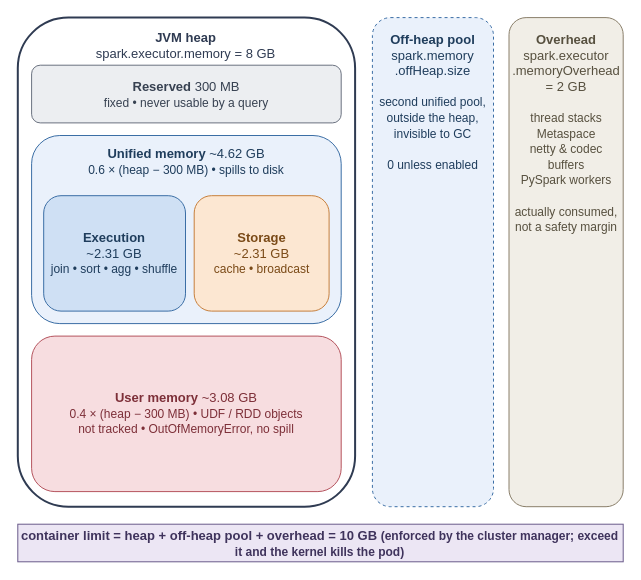
The draw.io diagram book/figures/executor-memory-model.drawio in AlanPhan04/spark-101-to-pro, before the edit. Source tidied: cells renumbered, new cells numbered last; positions are measured from the earlier drawing's top-left corner, leaving out a move shared by most shapes. Both pictures are drawn from the tidied source at 100%, with x=0, y=0 at pixel (17, 17).
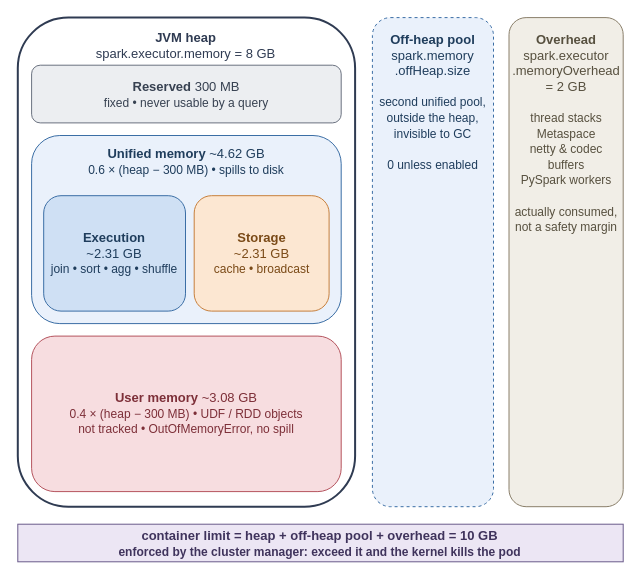
Above is the later version.

The edit, as a diff of the source:
```diff
@@
 <mxGraphModel>
   <root>
     <mxCell id="0" />
     <mxCell id="1" parent="0" />
     <mxCell id="2" value="&lt;b&gt;JVM heap&lt;/b&gt;&lt;br&gt;spark.executor.memory = 8 GB" style="rounded=1;whiteSpace=wrap;html=1;fillColor=#ffffff;strokeColor=#2f3b52;strokeWidth=2;verticalAlign=top;fontSize=13;spacingTop=6;fontColor=#2f3b52;" parent="1" vertex="1">
       <mxGeometry x="0.3" y="0.1" width="337.3" height="489.1" as="geometry" />
     </mxCell>
     <mxCell id="3" value="&lt;b&gt;Reserved&lt;/b&gt;  300 MB&lt;br&gt;&lt;span style=&quot;font-size:12px&quot;&gt;fixed &amp;#8226; never usable by a query&lt;/span&gt;" style="rounded=1;whiteSpace=wrap;html=1;fillColor=#eceef1;strokeColor=#6b7280;fontSize=13;fontColor=#374151;" parent="1" vertex="1">
       <mxGeometry x="14.1" y="47.7" width="309.6" height="57.7" as="geometry" />
     </mxCell>
     <mxCell id="4" value="&lt;b&gt;Unified memory&lt;/b&gt;  ~4.62 GB&lt;br&gt;&lt;span style=&quot;font-size:12px&quot;&gt;0.6 &amp;#215; (heap &amp;#8722; 300 MB) &amp;#8226; spills to disk&lt;/span&gt;" style="rounded=1;whiteSpace=wrap;html=1;fillColor=#eaf1fb;strokeColor=#3b6ea5;fontSize=13;verticalAlign=top;spacingTop=4;fontColor=#1f3d5c;" parent="1" vertex="1">
       <mxGeometry x="14.1" y="118" width="309.6" height="188.1" as="geometry" />
     </mxCell>
     <mxCell id="5" value="&lt;b&gt;Execution&lt;/b&gt;&lt;br&gt;~2.31 GB&lt;br&gt;&lt;span style=&quot;font-size:12px&quot;&gt;join &amp;#8226; sort &amp;#8226; agg &amp;#8226; shuffle&lt;/span&gt;" style="rounded=1;whiteSpace=wrap;html=1;fillColor=#cfe0f4;strokeColor=#3b6ea5;fontSize=13;fontColor=#1f3d5c;" parent="1" vertex="1">
       <mxGeometry x="26.2" y="178.2" width="141.8" height="115.4" as="geometry" />
     </mxCell>
     <mxCell id="6" value="&lt;b&gt;Storage&lt;/b&gt;&lt;br&gt;~2.31 GB&lt;br&gt;&lt;span style=&quot;font-size:12px&quot;&gt;cache &amp;#8226; broadcast&lt;/span&gt;" style="rounded=1;whiteSpace=wrap;html=1;fillColor=#fce7d2;strokeColor=#c77f3b;fontSize=13;fontColor=#7a4a17;" parent="1" vertex="1">
       <mxGeometry x="176.7" y="178.2" width="134.9" height="115.4" as="geometry" />
     </mxCell>
     <mxCell id="7" value="&lt;b&gt;User memory&lt;/b&gt;  ~3.08 GB&lt;br&gt;&lt;span style=&quot;font-size:12px&quot;&gt;0.4 &amp;#215; (heap &amp;#8722; 300 MB) &amp;#8226; UDF / RDD objects&lt;br&gt;not tracked &amp;#8226; OutOfMemoryError, no spill&lt;/span&gt;" style="rounded=1;whiteSpace=wrap;html=1;fillColor=#f7dde0;strokeColor=#b5545e;fontSize=13;fontColor=#7d2f38;" parent="1" vertex="1">
       <mxGeometry x="14.1" y="318.6" width="309.6" height="155.5" as="geometry" />
     </mxCell>
     <mxCell id="8" value="&lt;b&gt;Off-heap pool&lt;/b&gt;&lt;br&gt;spark.memory&lt;br&gt;.offHeap.size&lt;br&gt;&lt;br&gt;&lt;span style=&quot;font-size:12px&quot;&gt;second unified pool,&lt;br&gt;outside the heap,&lt;br&gt;invisible to GC&lt;br&gt;&lt;br&gt;0 unless enabled&lt;/span&gt;" style="rounded=1;whiteSpace=wrap;html=1;fillColor=#eaf1fb;strokeColor=#3b6ea5;dashed=1;fontSize=13;verticalAlign=top;spacingTop=8;fontColor=#1f3d5c;" parent="1" vertex="1">
       <mxGeometry x="354.9" y="0.1" width="121.1" height="489.1" as="geometry" />
     </mxCell>
     <mxCell id="9" value="&lt;b&gt;Overhead&lt;/b&gt;&lt;br&gt;spark.executor&lt;br&gt;.memoryOverhead&lt;br&gt;= 2 GB&lt;br&gt;&lt;br&gt;&lt;span style=&quot;font-size:12px&quot;&gt;thread stacks&lt;br&gt;Metaspace&lt;br&gt;netty &amp;amp; codec buffers&lt;br&gt;PySpark workers&lt;br&gt;&lt;br&gt;actually consumed,&lt;br&gt;not a safety margin&lt;/span&gt;" style="rounded=1;whiteSpace=wrap;html=1;fillColor=#f1eee7;strokeColor=#8a7f6a;fontSize=13;verticalAlign=top;spacingTop=8;fontColor=#57503f;" parent="1" vertex="1">
       <mxGeometry x="491.5" y="0.1" width="114.2" height="489.1" as="geometry" />
     </mxCell>
-    <mxCell id="10" value="container limit  =  heap  +  off-heap pool  +  overhead   =   10 GB     &lt;span style=&quot;font-size:12px&quot;&gt;(enforced by the cluster manager; exceed it and the kernel kills the pod)&lt;/span&gt;" style="rounded=0;whiteSpace=wrap;html=1;fillColor=#ece6f4;strokeColor=#6a5a8a;fontSize=13;fontStyle=1;fontColor=#3f335c;" parent="1" vertex="1">
+    <mxCell id="10" value="container limit = heap + off-heap pool + overhead = 10 GB&lt;br&gt;&lt;span style=&quot;font-size:12px&quot;&gt;enforced by the cluster manager: exceed it and the kernel kills the pod&lt;/span&gt;" style="rounded=0;whiteSpace=wrap;html=1;fillColor=#ece6f4;strokeColor=#6a5a8a;fontSize=13;fontStyle=1;fontColor=#3f335c;" parent="1" vertex="1">
       <mxGeometry x="0.3" y="506.7" width="605.4" height="37.6" as="geometry" />
     </mxCell>
   </root>
 </mxGraphModel>
```
